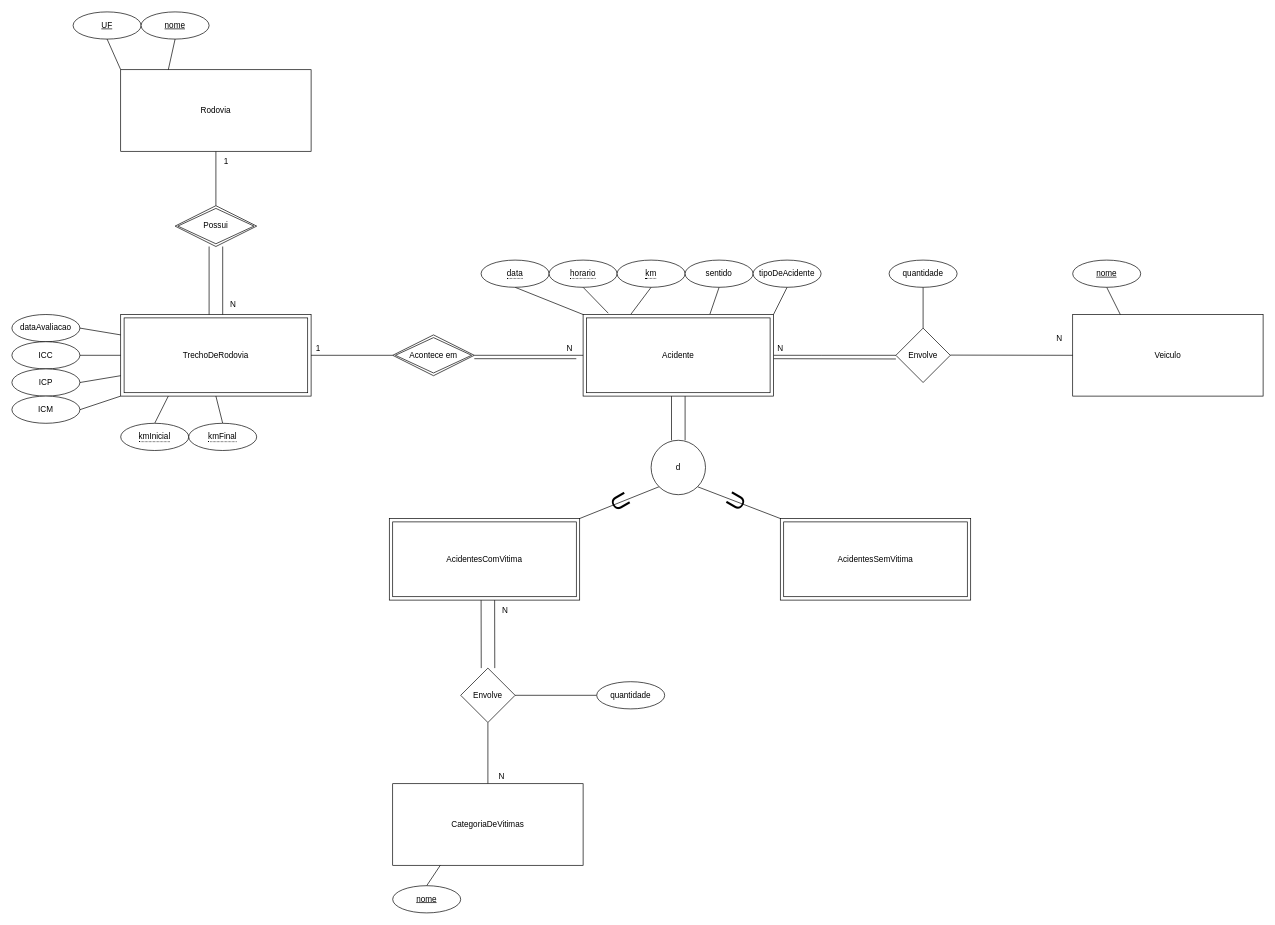
rmshimomura/Road-accidents-analysis keeps this draw.io diagram as Diagramas/Modelo entidade relacionamento.drawio. Above is the earlier version. Source tidied: cells renumbered, new cells numbered last; positions are measured from the earlier drawing's top-left corner, leaving out a move shared by most shapes. Both pictures are drawn from the tidied source at 68%, with x=0, y=0 at pixel (12, 12).
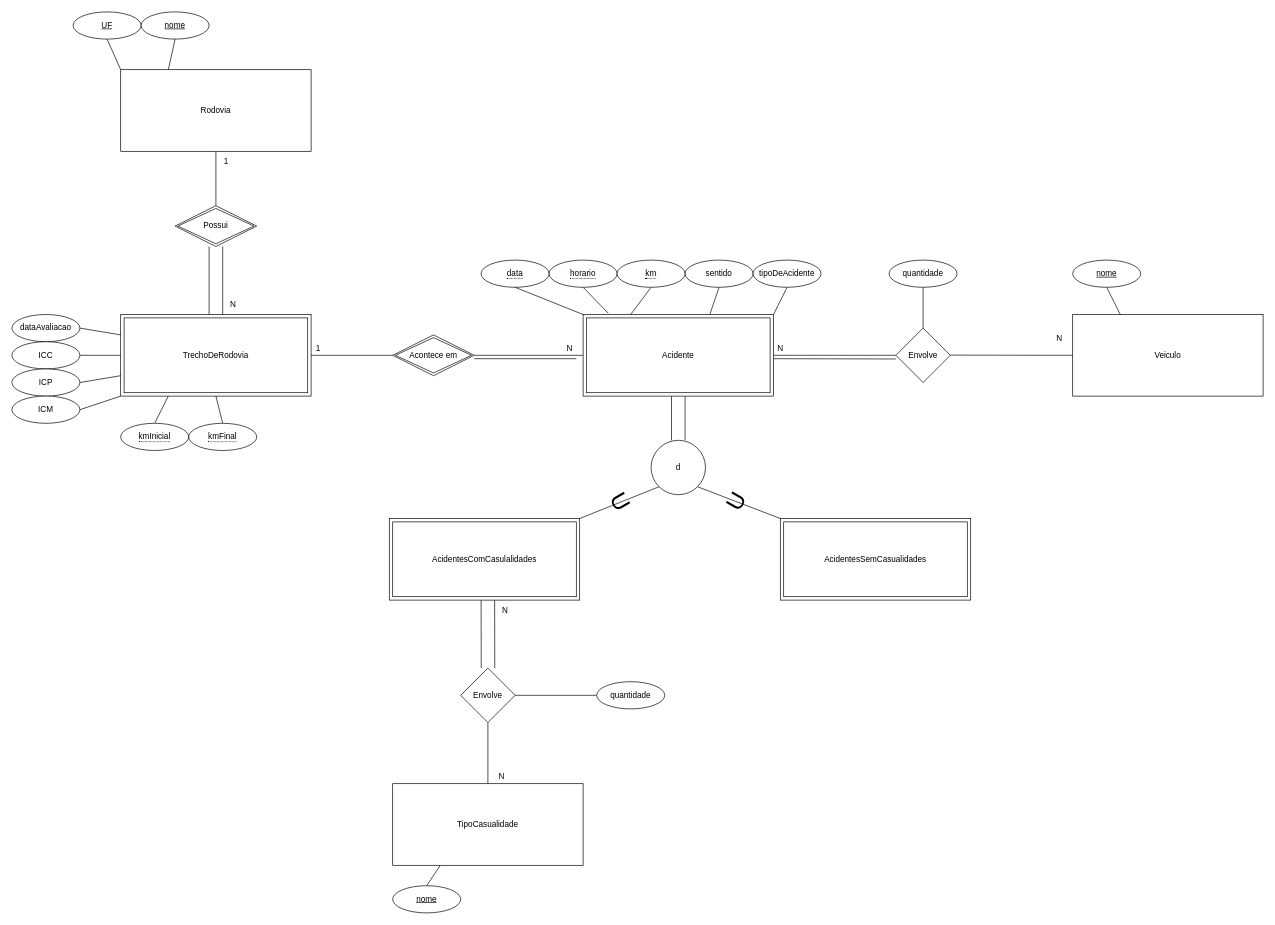
After the change.

Commit message:
Update nome das entidades

Change to the diagram source:
```diff
@@
-    <mxCell id="27" value="CategoriaDeVitimas" style="whiteSpace=wrap;html=1;align=center;" parent="1" vertex="1">
+    <mxCell id="27" value="TipoCasualidade" style="whiteSpace=wrap;html=1;align=center;" parent="1" vertex="1">
       <mxGeometry x="560" y="1135" width="280" height="120" as="geometry" />
     </mxCell>
@@
-    <mxCell id="69" value="AcidentesSemVitima" style="shape=ext;margin=3;double=1;whiteSpace=wrap;html=1;align=center;" parent="1" vertex="1">
+    <mxCell id="69" value="AcidentesSemCasualidades" style="shape=ext;margin=3;double=1;whiteSpace=wrap;html=1;align=center;" parent="1" vertex="1">
       <mxGeometry x="1130" y="745" width="280" height="120" as="geometry" />
     </mxCell>
-    <mxCell id="70" value="AcidentesComVitima" style="shape=ext;margin=3;double=1;whiteSpace=wrap;html=1;align=center;" parent="1" vertex="1">
+    <mxCell id="70" value="AcidentesComCasulalidades" style="shape=ext;margin=3;double=1;whiteSpace=wrap;html=1;align=center;" parent="1" vertex="1">
       <mxGeometry x="555" y="745" width="280" height="120" as="geometry" />
     </mxCell>
```
